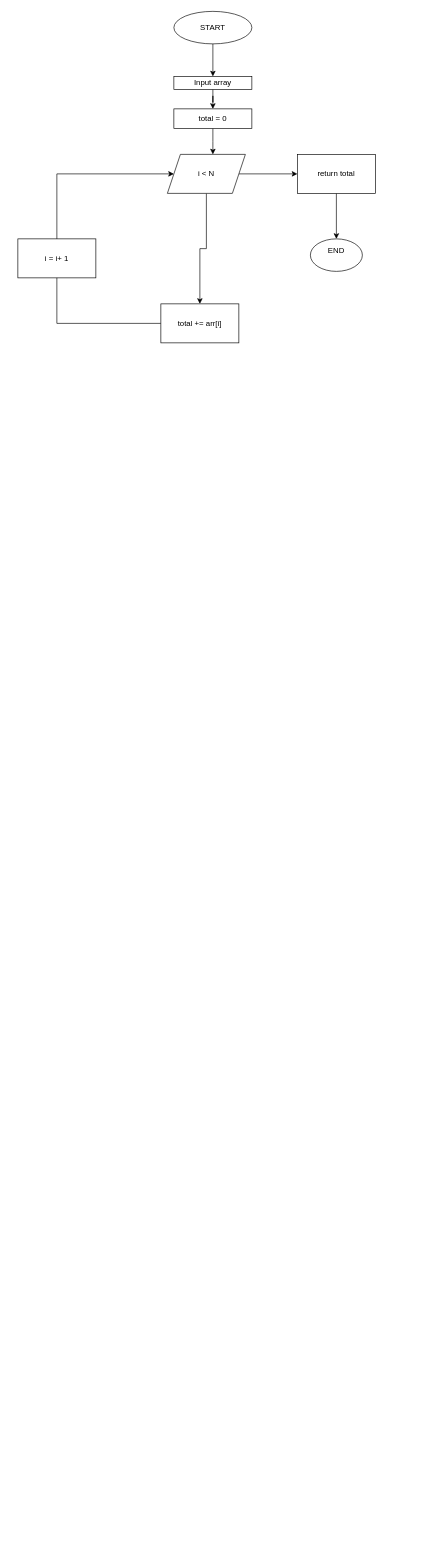
The draw.io diagram page "Day 4" (2 of 2) of Day 3.drawio in aniketsdev/DSA, before the edit. Source tidied: cells renumbered, new cells numbered last; positions are measured from the earlier drawing's top-left corner, leaving out a move shared by most shapes. Both pictures are drawn from the tidied source at 65%, with x=0, y=0 at pixel (18, 11).
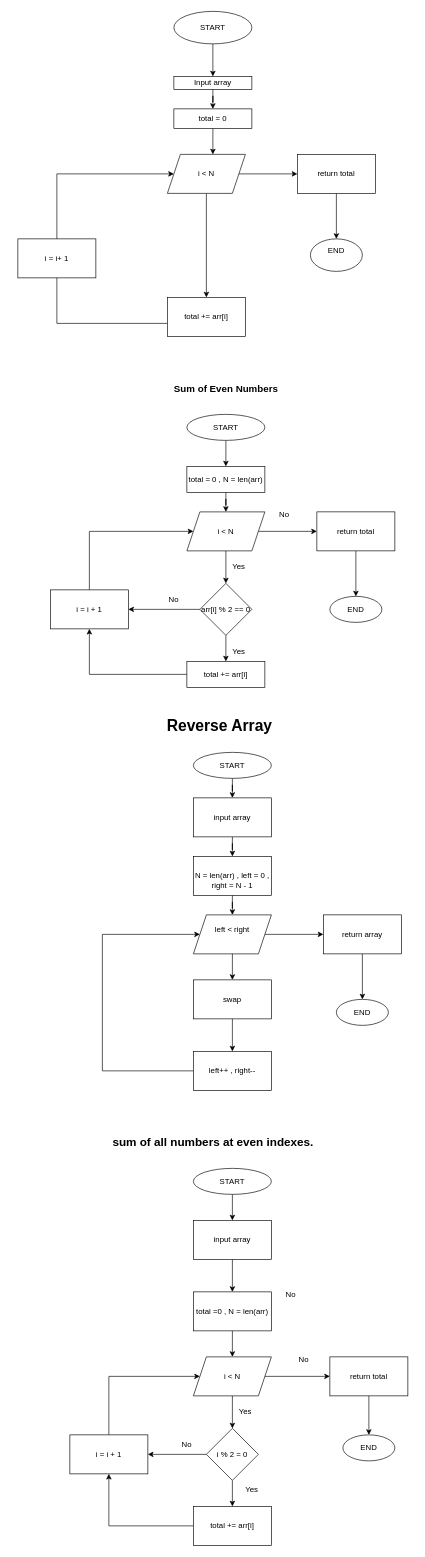
The same diagram, later.

The edit, as a diff of the source:
```diff
@@
     <mxCell id="15" value="total += arr[i]" style="whiteSpace=wrap;html=1;" parent="1" vertex="1">
-      <mxGeometry x="220" y="450" width="120" height="60" as="geometry" />
+      <mxGeometry x="230" y="440" width="120" height="60" as="geometry" />
     </mxCell>
@@
+    <mxCell id="17" value="Sum of Even Numbers" style="text;strokeColor=none;fillColor=none;html=1;fontSize=15;fontStyle=1;verticalAlign=middle;align=center;autosizeText=1;" parent="1" vertex="1">
+      <mxGeometry x="240" y="560" width="160" height="40" as="geometry" />
+    </mxCell>
+    <mxCell id="18" style="edgeStyle=orthogonalEdgeStyle;rounded=0;jettySize=auto;html=1;" parent="1" edge="1" source="19" target="21">
+      <mxGeometry relative="1" as="geometry" />
+    </mxCell>
+    <mxCell id="19" value="START" style="ellipse;whiteSpace=wrap;html=1;shapeInside=1;" parent="1" vertex="1">
+      <mxGeometry x="260" y="620" width="120" height="40" as="geometry" />
+    </mxCell>
+    <mxCell id="20" style="edgeStyle=orthogonalEdgeStyle;rounded=0;jettySize=auto;html=1;" parent="1" edge="1" source="21" target="24">
+      <mxGeometry relative="1" as="geometry" />
+    </mxCell>
+    <mxCell id="21" value="total = 0 , N = len(arr)" style="whiteSpace=wrap;html=1;" parent="1" vertex="1">
+      <mxGeometry x="260" y="700" width="120" height="40" as="geometry" />
+    </mxCell>
+    <mxCell id="22" style="edgeStyle=orthogonalEdgeStyle;rounded=0;jettySize=auto;html=1;" parent="1" edge="1" source="24" target="26">
+      <mxGeometry relative="1" as="geometry" />
+    </mxCell>
+    <mxCell id="23" style="edgeStyle=orthogonalEdgeStyle;rounded=0;jettySize=auto;html=1;" parent="1" edge="1" source="24" target="30">
+      <mxGeometry relative="1" as="geometry" />
+    </mxCell>
+    <mxCell id="24" value="i &amp;lt; N" style="shape=parallelogram;perimeter=parallelogramPerimeter;whiteSpace=wrap;html=1;shapeInside=1;fixedSize=1;" parent="1" vertex="1">
+      <mxGeometry x="260" y="770" width="120" height="60" as="geometry" />
+    </mxCell>
+    <mxCell id="25" style="edgeStyle=orthogonalEdgeStyle;rounded=0;jettySize=auto;html=1;" parent="1" edge="1" source="26" target="27">
+      <mxGeometry relative="1" as="geometry" />
+    </mxCell>
+    <mxCell id="26" value="return total" style="whiteSpace=wrap;html=1;" parent="1" vertex="1">
+      <mxGeometry x="460" y="770" width="120" height="60" as="geometry" />
+    </mxCell>
+    <mxCell id="27" value="END" style="ellipse;whiteSpace=wrap;html=1;shapeInside=1;" parent="1" vertex="1">
+      <mxGeometry x="480" y="900" width="80" height="40" as="geometry" />
+    </mxCell>
+    <mxCell id="28" style="edgeStyle=orthogonalEdgeStyle;rounded=0;jettySize=auto;html=1;" parent="1" edge="1" source="30" target="32">
+      <mxGeometry relative="1" as="geometry" />
+    </mxCell>
+    <mxCell id="29" style="edgeStyle=orthogonalEdgeStyle;rounded=0;jettySize=auto;html=1;" parent="1" edge="1" source="30" target="34">
+      <mxGeometry relative="1" as="geometry" />
+    </mxCell>
+    <mxCell id="30" value="arr[i] % 2 == 0" style="rhombus;whiteSpace=wrap;html=1;shapeInside=1;" parent="1" vertex="1">
+      <mxGeometry x="280" y="880" width="80" height="80" as="geometry" />
+    </mxCell>
+    <mxCell id="31" style="edgeStyle=orthogonalEdgeStyle;rounded=0;jettySize=auto;html=1;" parent="1" edge="1" source="32" target="34">
+      <mxGeometry relative="1" as="geometry" />
+    </mxCell>
+    <mxCell id="32" value="total += arr[i]" style="whiteSpace=wrap;html=1;" parent="1" vertex="1">
+      <mxGeometry x="260" y="1000" width="120" height="40" as="geometry" />
+    </mxCell>
+    <mxCell id="33" style="edgeStyle=orthogonalEdgeStyle;rounded=0;jettySize=auto;html=1;entryX=0;entryY=0.5;entryDx=0;entryDy=0;" parent="1" edge="1" source="34" target="24">
+      <mxGeometry relative="1" as="geometry">
+        <Array as="points">
+          <mxPoint x="110" y="800" />
+        </Array>
+      </mxGeometry>
+    </mxCell>
+    <mxCell id="34" value="i = i + 1" style="whiteSpace=wrap;html=1;" parent="1" vertex="1">
+      <mxGeometry x="50" y="890" width="120" height="60" as="geometry" />
+    </mxCell>
+    <mxCell id="35" value="No" style="text;html=1;whiteSpace=wrap;strokeColor=none;fillColor=none;align=center;verticalAlign=middle;rounded=0;" parent="1" vertex="1">
+      <mxGeometry x="210" y="890" width="60" height="30" as="geometry" />
+    </mxCell>
+    <mxCell id="36" value="Yes" style="text;html=1;whiteSpace=wrap;strokeColor=none;fillColor=none;align=center;verticalAlign=middle;rounded=0;" parent="1" vertex="1">
+      <mxGeometry x="310" y="970" width="60" height="30" as="geometry" />
+    </mxCell>
+    <mxCell id="37" value="No" style="text;html=1;whiteSpace=wrap;strokeColor=none;fillColor=none;align=center;verticalAlign=middle;rounded=0;" parent="1" vertex="1">
+      <mxGeometry x="380" y="760" width="60" height="30" as="geometry" />
+    </mxCell>
+    <mxCell id="38" value="Yes" style="text;html=1;whiteSpace=wrap;strokeColor=none;fillColor=none;align=center;verticalAlign=middle;rounded=0;" parent="1" vertex="1">
+      <mxGeometry x="310" y="840" width="60" height="30" as="geometry" />
+    </mxCell>
+    <mxCell id="39" value="Reverse Array" style="text;strokeColor=none;fillColor=none;html=1;fontSize=24;fontStyle=1;verticalAlign=middle;align=center;autosizeText=1;" parent="1" vertex="1">
+      <mxGeometry x="230" y="1080" width="160" height="40" as="geometry" />
+    </mxCell>
+    <mxCell id="40" style="edgeStyle=orthogonalEdgeStyle;rounded=0;jettySize=auto;html=1;" parent="1" edge="1" source="41" target="45">
+      <mxGeometry relative="1" as="geometry" />
+    </mxCell>
+    <mxCell id="41" value="START" style="ellipse;whiteSpace=wrap;html=1;shapeInside=1;" parent="1" vertex="1">
+      <mxGeometry x="270" y="1140" width="120" height="40" as="geometry" />
+    </mxCell>
+    <mxCell id="42" style="edgeStyle=orthogonalEdgeStyle;rounded=0;jettySize=auto;html=1;" parent="1" edge="1" source="43" target="47">
+      <mxGeometry relative="1" as="geometry" />
+    </mxCell>
+    <mxCell id="43" value="&lt;div&gt;&lt;br&gt;&lt;/div&gt;&lt;div&gt;N = len(arr) , left = 0 , right = N - 1&lt;/div&gt;" style="whiteSpace=wrap;html=1;" parent="1" vertex="1">
+      <mxGeometry x="270" y="1300" width="120" height="60" as="geometry" />
+    </mxCell>
+    <mxCell id="44" style="edgeStyle=orthogonalEdgeStyle;rounded=0;jettySize=auto;html=1;" parent="1" edge="1" source="45" target="43">
+      <mxGeometry relative="1" as="geometry" />
+    </mxCell>
+    <mxCell id="45" value="input array" style="whiteSpace=wrap;html=1;" parent="1" vertex="1">
+      <mxGeometry x="270" y="1210" width="120" height="60" as="geometry" />
+    </mxCell>
+    <mxCell id="46" style="edgeStyle=orthogonalEdgeStyle;rounded=0;jettySize=auto;html=1;" parent="1" edge="1" source="47" target="49">
+      <mxGeometry relative="1" as="geometry" />
+    </mxCell>
+    <mxCell id="47" value="left &amp;lt; right&lt;div&gt;&lt;br/&gt;&lt;/div&gt;" style="shape=parallelogram;perimeter=parallelogramPerimeter;whiteSpace=wrap;html=1;shapeInside=1;fixedSize=1;" parent="1" vertex="1">
+      <mxGeometry x="270" y="1390" width="120" height="60" as="geometry" />
+    </mxCell>
+    <mxCell id="48" style="edgeStyle=orthogonalEdgeStyle;rounded=0;jettySize=auto;html=1;" parent="1" edge="1" source="49" target="50">
+      <mxGeometry relative="1" as="geometry" />
+    </mxCell>
+    <mxCell id="49" value="return array" style="whiteSpace=wrap;html=1;" parent="1" vertex="1">
+      <mxGeometry x="470" y="1390" width="120" height="60" as="geometry" />
+    </mxCell>
+    <mxCell id="50" value="END" style="ellipse;whiteSpace=wrap;html=1;shapeInside=1;" parent="1" vertex="1">
+      <mxGeometry x="490" y="1520" width="80" height="40" as="geometry" />
+    </mxCell>
+    <mxCell id="51" style="edgeStyle=orthogonalEdgeStyle;rounded=0;jettySize=auto;html=1;entryX=0;entryY=0.5;entryDx=0;entryDy=0;" parent="1" edge="1" source="52" target="47">
+      <mxGeometry relative="1" as="geometry">
+        <Array as="points">
+          <mxPoint x="130" y="1630" />
+          <mxPoint x="130" y="1420" />
+        </Array>
+      </mxGeometry>
+    </mxCell>
+    <mxCell id="52" value="left++ , right--" style="whiteSpace=wrap;html=1;" parent="1" vertex="1">
+      <mxGeometry x="270" y="1600" width="120" height="60" as="geometry" />
+    </mxCell>
+    <mxCell id="53" style="edgeStyle=orthogonalEdgeStyle;rounded=0;jettySize=auto;html=1;" parent="1" edge="1" source="47" target="55">
+      <mxGeometry relative="1" as="geometry" />
+    </mxCell>
+    <mxCell id="54" style="edgeStyle=orthogonalEdgeStyle;rounded=0;jettySize=auto;html=1;" parent="1" edge="1" source="55" target="52">
+      <mxGeometry relative="1" as="geometry" />
+    </mxCell>
+    <mxCell id="55" value="swap" style="rounded=0;whiteSpace=wrap;html=1;" parent="1" vertex="1">
+      <mxGeometry x="270" y="1490" width="120" height="60" as="geometry" />
+    </mxCell>
+    <mxCell id="56" value="&lt;blockquote&gt;&lt;p&gt;&lt;strong&gt;sum of all numbers at even indexes.&lt;/strong&gt;&lt;/p&gt;&lt;/blockquote&gt;&lt;p&gt;&lt;/p&gt;" style="text;strokeColor=none;fillColor=none;html=1;fontSize=18;fontStyle=1;verticalAlign=middle;align=center;autosizeText=1;" parent="1" vertex="1">
+      <mxGeometry x="-10" y="1720" width="620" height="40" as="geometry" />
+    </mxCell>
+    <mxCell id="57" style="edgeStyle=orthogonalEdgeStyle;rounded=0;jettySize=auto;html=1;" parent="1" edge="1" source="58" target="60">
+      <mxGeometry relative="1" as="geometry" />
+    </mxCell>
+    <mxCell id="58" value="START" style="ellipse;whiteSpace=wrap;html=1;shapeInside=1;" parent="1" vertex="1">
+      <mxGeometry x="270" y="1780" width="120" height="40" as="geometry" />
+    </mxCell>
+    <mxCell id="59" style="edgeStyle=orthogonalEdgeStyle;rounded=0;jettySize=auto;html=1;" parent="1" edge="1" source="60" target="62">
+      <mxGeometry relative="1" as="geometry" />
+    </mxCell>
+    <mxCell id="60" value="input array" style="whiteSpace=wrap;html=1;" parent="1" vertex="1">
+      <mxGeometry x="270" y="1860" width="120" height="60" as="geometry" />
+    </mxCell>
+    <mxCell id="61" style="edgeStyle=orthogonalEdgeStyle;rounded=0;jettySize=auto;html=1;" parent="1" edge="1" source="62" target="69">
+      <mxGeometry relative="1" as="geometry" />
+    </mxCell>
+    <mxCell id="62" value="total =0 , N = len(arr)" style="whiteSpace=wrap;html=1;" parent="1" vertex="1">
+      <mxGeometry x="270" y="1970" width="120" height="60" as="geometry" />
+    </mxCell>
+    <mxCell id="63" style="edgeStyle=orthogonalEdgeStyle;rounded=0;jettySize=auto;html=1;" parent="1" edge="1" source="64" target="66">
+      <mxGeometry relative="1" as="geometry" />
+    </mxCell>
+    <mxCell id="64" value="return total" style="whiteSpace=wrap;html=1;" parent="1" vertex="1">
+      <mxGeometry x="480" y="2070" width="120" height="60" as="geometry" />
+    </mxCell>
+    <mxCell id="65" value="No" style="text;html=1;whiteSpace=wrap;strokeColor=none;fillColor=none;align=center;verticalAlign=middle;rounded=0;" parent="1" vertex="1">
+      <mxGeometry x="390" y="1960" width="60" height="30" as="geometry" />
+    </mxCell>
+    <mxCell id="66" value="END" style="ellipse;whiteSpace=wrap;html=1;shapeInside=1;" parent="1" vertex="1">
+      <mxGeometry x="500" y="2190" width="80" height="40" as="geometry" />
+    </mxCell>
+    <mxCell id="67" style="edgeStyle=orthogonalEdgeStyle;rounded=0;jettySize=auto;html=1;" parent="1" edge="1" source="69" target="64">
+      <mxGeometry relative="1" as="geometry" />
+    </mxCell>
+    <mxCell id="68" style="edgeStyle=orthogonalEdgeStyle;rounded=0;jettySize=auto;html=1;" parent="1" edge="1" source="69" target="72">
+      <mxGeometry relative="1" as="geometry" />
+    </mxCell>
+    <mxCell id="69" value="i &amp;lt; N" style="shape=parallelogram;perimeter=parallelogramPerimeter;whiteSpace=wrap;html=1;shapeInside=1;fixedSize=1;" parent="1" vertex="1">
+      <mxGeometry x="270" y="2070" width="120" height="60" as="geometry" />
+    </mxCell>
+    <mxCell id="70" style="edgeStyle=orthogonalEdgeStyle;rounded=0;jettySize=auto;html=1;" parent="1" edge="1" source="72" target="74">
+      <mxGeometry relative="1" as="geometry" />
+    </mxCell>
+    <mxCell id="71" style="edgeStyle=orthogonalEdgeStyle;rounded=0;jettySize=auto;html=1;" parent="1" edge="1" source="72" target="76">
+      <mxGeometry relative="1" as="geometry" />
+    </mxCell>
+    <mxCell id="72" value="i % 2 = 0" style="rhombus;whiteSpace=wrap;html=1;shapeInside=1;" parent="1" vertex="1">
+      <mxGeometry x="290" y="2180" width="80" height="80" as="geometry" />
+    </mxCell>
+    <mxCell id="73" style="edgeStyle=orthogonalEdgeStyle;rounded=0;jettySize=auto;html=1;" parent="1" edge="1" source="74" target="76">
+      <mxGeometry relative="1" as="geometry" />
+    </mxCell>
+    <mxCell id="74" value="total += arr[i]" style="whiteSpace=wrap;html=1;" parent="1" vertex="1">
+      <mxGeometry x="270" y="2300" width="120" height="60" as="geometry" />
+    </mxCell>
+    <mxCell id="75" style="edgeStyle=orthogonalEdgeStyle;rounded=0;jettySize=auto;html=1;entryX=0;entryY=0.5;entryDx=0;entryDy=0;" parent="1" edge="1" source="76" target="69">
+      <mxGeometry relative="1" as="geometry">
+        <Array as="points">
+          <mxPoint x="140" y="2099.9" />
+        </Array>
+      </mxGeometry>
+    </mxCell>
+    <mxCell id="76" value="i = i + 1" style="whiteSpace=wrap;html=1;" parent="1" vertex="1">
+      <mxGeometry x="80" y="2190" width="120" height="60" as="geometry" />
+    </mxCell>
+    <mxCell id="77" value="Yes" style="text;html=1;whiteSpace=wrap;strokeColor=none;fillColor=none;align=center;verticalAlign=middle;rounded=0;" parent="1" vertex="1">
+      <mxGeometry x="330" y="2260" width="60" height="30" as="geometry" />
+    </mxCell>
+    <mxCell id="78" value="No" style="text;html=1;whiteSpace=wrap;strokeColor=none;fillColor=none;align=center;verticalAlign=middle;rounded=0;" parent="1" vertex="1">
+      <mxGeometry x="230" y="2190" width="60" height="30" as="geometry" />
+    </mxCell>
+    <mxCell id="79" value="No" style="text;html=1;whiteSpace=wrap;strokeColor=none;fillColor=none;align=center;verticalAlign=middle;rounded=0;" parent="1" vertex="1">
+      <mxGeometry x="410" y="2060" width="60" height="30" as="geometry" />
+    </mxCell>
+    <mxCell id="80" value="Yes" style="text;html=1;whiteSpace=wrap;strokeColor=none;fillColor=none;align=center;verticalAlign=middle;rounded=0;" parent="1" vertex="1">
+      <mxGeometry x="320" y="2140" width="60" height="30" as="geometry" />
+    </mxCell>
```
